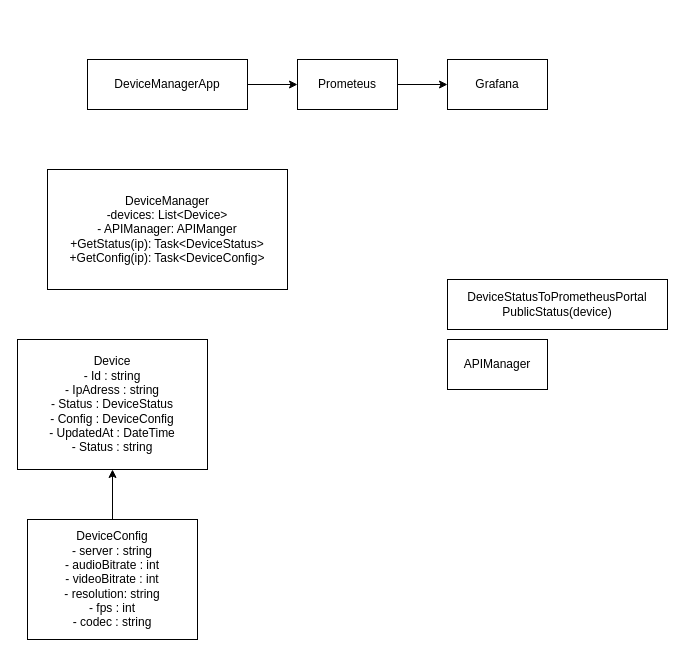
NikolajT/DeviceManagerApp keeps this draw.io diagram as documents/KonceptDiagramDeviceManager.drawio. Above is the earlier version. Source tidied: cells renumbered, new cells numbered last; positions are measured from the earlier drawing's top-left corner, leaving out a move shared by most shapes. Both pictures are drawn from the tidied source at 100%, with x=0, y=0 at pixel (17, 59).
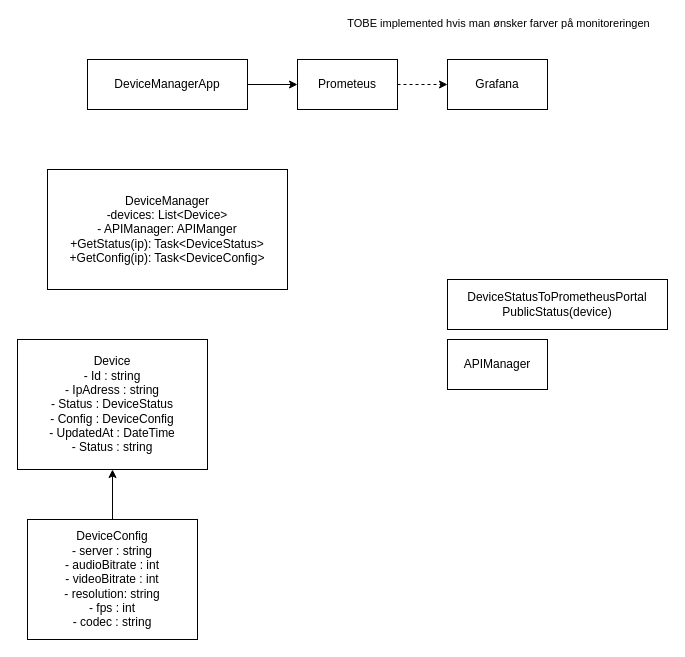
Above is the later version.

Commit message (it also covers changes not shown here):
Opdaterede launchsettings for at lade docker finde den. Nok ikke en go' løsning til PROD, men nu er der hul igennem. Prometheus kan finde den og opdatere.

Diff of the diagram source:
```diff
@@
 <mxGraphModel>
   <root>
     <mxCell id="0" />
     <mxCell id="1" parent="0" />
     <mxCell id="2" value="Grafana" style="html=1;dashed=0;whiteSpace=wrap;" parent="1" vertex="1">
       <mxGeometry x="430" width="100" height="50" as="geometry" />
     </mxCell>
-    <mxCell id="3" style="edgeStyle=orthogonalEdgeStyle;rounded=0;jettySize=auto;html=1;" parent="1" edge="1" source="4" target="2">
+    <mxCell id="3" style="edgeStyle=orthogonalEdgeStyle;rounded=0;jettySize=auto;html=1;dashed=1;" parent="1" edge="1" source="4" target="2">
       <mxGeometry relative="1" as="geometry" />
     </mxCell>
+    <mxCell id="13" value="TOBE implemented hvis man ønsker farver på monitoreringen&lt;div&gt;&lt;br&gt;&lt;/div&gt;" style="edgeLabel;html=1;align=center;verticalAlign=middle;" parent="3" vertex="1">
+      <mxGeometry x="-0.14" y="-1" relative="1" as="geometry">
+        <mxPoint x="78" y="-56" as="offset" />
+      </mxGeometry>
+    </mxCell>
     <mxCell id="4" value="Prometeus" style="html=1;dashed=0;whiteSpace=wrap;" parent="1" vertex="1">
       <mxGeometry x="280" width="100" height="50" as="geometry" />
     </mxCell>
     <mxCell id="5" style="edgeStyle=orthogonalEdgeStyle;rounded=0;jettySize=auto;html=1;" parent="1" edge="1" source="6" target="4">
       <mxGeometry relative="1" as="geometry" />
     </mxCell>
     <mxCell id="6" value="DeviceManagerApp" style="html=1;dashed=0;whiteSpace=wrap;" parent="1" vertex="1">
       <mxGeometry x="70" width="160" height="50" as="geometry" />
     </mxCell>
     <mxCell id="7" value="Device&lt;br&gt;- Id : string&lt;br&gt;- IpAdress : string&lt;br&gt;- Status : DeviceStatus&lt;br&gt;- Config : DeviceConfig&lt;div&gt;- UpdatedAt : DateTime&lt;/div&gt;&lt;div&gt;- Status : string&lt;/div&gt;" style="html=1;dashed=0;whiteSpace=wrap;" parent="1" vertex="1">
       <mxGeometry y="280" width="190" height="130" as="geometry" />
     </mxCell>
     <mxCell id="8" value="APIManager" style="html=1;dashed=0;whiteSpace=wrap;" parent="1" vertex="1">
       <mxGeometry x="430" y="280" width="100" height="50" as="geometry" />
     </mxCell>
     <mxCell id="9" style="edgeStyle=orthogonalEdgeStyle;rounded=0;jettySize=auto;html=1;" parent="1" edge="1" source="10" target="7">
       <mxGeometry relative="1" as="geometry" />
     </mxCell>
     <mxCell id="10" value="DeviceConfig&lt;br&gt;- server : string&lt;br&gt;- audioBitrate : int&lt;br&gt;- videoBitrate : int&lt;br&gt;- resolution: string&lt;br&gt;- fps : int&lt;br&gt;- codec : string" style="html=1;dashed=0;whiteSpace=wrap;" parent="1" vertex="1">
       <mxGeometry x="10" y="460" width="170" height="120" as="geometry" />
     </mxCell>
     <mxCell id="11" value="DeviceManager&lt;br&gt;-devices: List&amp;lt;Device&amp;gt;&lt;br&gt;- APIManager: APIManger&lt;br&gt;+GetStatus(ip): Task&amp;lt;DeviceStatus&amp;gt;&lt;br&gt;+GetConfig(ip): Task&amp;lt;DeviceConfig&amp;gt;" style="html=1;dashed=0;whiteSpace=wrap;" parent="1" vertex="1">
       <mxGeometry x="30" y="110" width="240" height="120" as="geometry" />
     </mxCell>
     <mxCell id="12" value="DeviceStatusToPrometheusPortal&lt;br&gt;PublicStatus(device)" style="html=1;dashed=0;whiteSpace=wrap;" parent="1" vertex="1">
       <mxGeometry x="430" y="220" width="220" height="50" as="geometry" />
     </mxCell>
   </root>
 </mxGraphModel>
```
